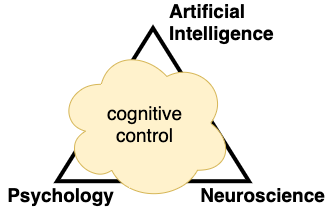
Before: docs/colloquium2021/assets/diagrams.drawio.png, a diagram exported from draw.io (morteza/CogText). Source tidied: cells renumbered, new cells last; positions are measured from the earlier drawing's top-left corner, leaving out a move shared by most shapes.
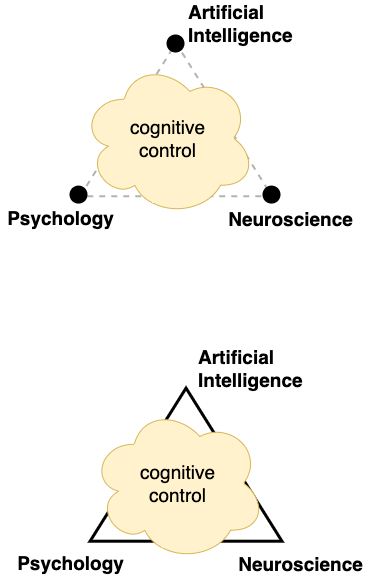
The same file after the commit.

Diff of the diagram source:
```diff
@@ -2,20 +2,44 @@
   <root>
     <mxCell id="0" />
     <mxCell id="1" parent="0" />
-    <mxCell id="2" style="triangle;whiteSpace=wrap;html=1;rotation=90;direction=west;strokeWidth=4;fillColor=none;" parent="1" vertex="1">
+    <mxCell id="2" style="triangle;whiteSpace=wrap;html=1;rotation=90;direction=west;strokeWidth=2;fillColor=none;strokeColor=#B3B3B3;dashed=1;" parent="1" vertex="1">
       <mxGeometry x="75.9" y="0.2" width="153.1" height="191.9" as="geometry" />
     </mxCell>
     <mxCell id="3" value="cognitive&lt;br&gt;control" style="ellipse;shape=cloud;whiteSpace=wrap;html=1;strokeColor=#d6b656;fillColor=#fff2cc;fontSize=19;fontStyle=0;" parent="1" vertex="1">
       <mxGeometry x="57" y="36.7" width="175" height="156.3" as="geometry" />
     </mxCell>
     <mxCell id="4" value="Psychology" style="text;html=1;align=center;verticalAlign=middle;strokeColor=none;fontSize=19;fontColor=#000000;fontStyle=1;" parent="1" vertex="1">
-      <mxGeometry y="171.1" width="120" height="30" as="geometry" />
+      <mxGeometry x="-23" y="180.1" width="120" height="30" as="geometry" />
     </mxCell>
     <mxCell id="5" value="Neuroscience" style="text;html=1;align=center;verticalAlign=middle;strokeColor=none;fontSize=19;fontColor=#000000;fontStyle=1;" parent="1" vertex="1">
-      <mxGeometry x="192" y="171.1" width="140" height="30" as="geometry" />
+      <mxGeometry x="197" y="181.1" width="140" height="30" as="geometry" />
     </mxCell>
     <mxCell id="6" value="Artificial Intelligence" style="text;html=1;strokeColor=none;fillColor=none;align=left;verticalAlign=middle;whiteSpace=wrap;rounded=0;fontSize=19;fontColor=#000000;fontStyle=1;" parent="1" vertex="1">
-      <mxGeometry x="167" y="3.2" width="80" height="20" as="geometry" />
+      <mxGeometry x="163" y="-10" width="80" height="20" as="geometry" />
     </mxCell>
+    <mxCell id="7" style="shape=waypoint;sketch=0;size=6;fillColor=none;perimeter=centerPerimeter;strokeWidth=7;" parent="1" vertex="1">
+      <mxGeometry x="45" y="161.1" width="20" height="20" as="geometry" />
+    </mxCell>
+    <mxCell id="8" style="shape=waypoint;sketch=0;size=6;fillColor=none;perimeter=centerPerimeter;strokeWidth=7;" parent="1" vertex="1">
+      <mxGeometry x="142" y="10" width="20" height="20" as="geometry" />
+    </mxCell>
+    <mxCell id="9" style="shape=waypoint;sketch=0;size=6;fillColor=none;perimeter=centerPerimeter;strokeWidth=7;" parent="1" vertex="1">
+      <mxGeometry x="238" y="161.1" width="20" height="20" as="geometry" />
+    </mxCell>
+    <mxCell id="10" style="triangle;whiteSpace=wrap;html=1;rotation=90;direction=west;strokeWidth=3;fillColor=none;strokeColor=#000000;" parent="1" vertex="1">
+      <mxGeometry x="85.9" y="345.2" width="153.1" height="191.9" as="geometry" />
+    </mxCell>
+    <mxCell id="11" value="cognitive&lt;br&gt;control" style="ellipse;shape=cloud;whiteSpace=wrap;html=1;strokeColor=#d6b656;fillColor=#fff2cc;fontSize=19;fontStyle=0;" parent="1" vertex="1">
+      <mxGeometry x="67" y="381.7" width="175" height="156.3" as="geometry" />
+    </mxCell>
+    <mxCell id="12" value="Psychology" style="text;html=1;align=center;verticalAlign=middle;strokeColor=none;fontSize=19;fontColor=#000000;fontStyle=1;" parent="1" vertex="1">
+      <mxGeometry x="-13" y="525.1" width="120" height="30" as="geometry" />
+    </mxCell>
+    <mxCell id="13" value="Neuroscience" style="text;html=1;align=center;verticalAlign=middle;strokeColor=none;fontSize=19;fontColor=#000000;fontStyle=1;" parent="1" vertex="1">
+      <mxGeometry x="207" y="526.1" width="140" height="30" as="geometry" />
+    </mxCell>
+    <mxCell id="14" value="Artificial Intelligence" style="text;html=1;strokeColor=none;fillColor=none;align=left;verticalAlign=middle;whiteSpace=wrap;rounded=0;fontSize=19;fontColor=#000000;fontStyle=1;" parent="1" vertex="1">
+      <mxGeometry x="173" y="335" width="80" height="20" as="geometry" />
+    </mxCell>
   </root>
 </mxGraphModel>
```
